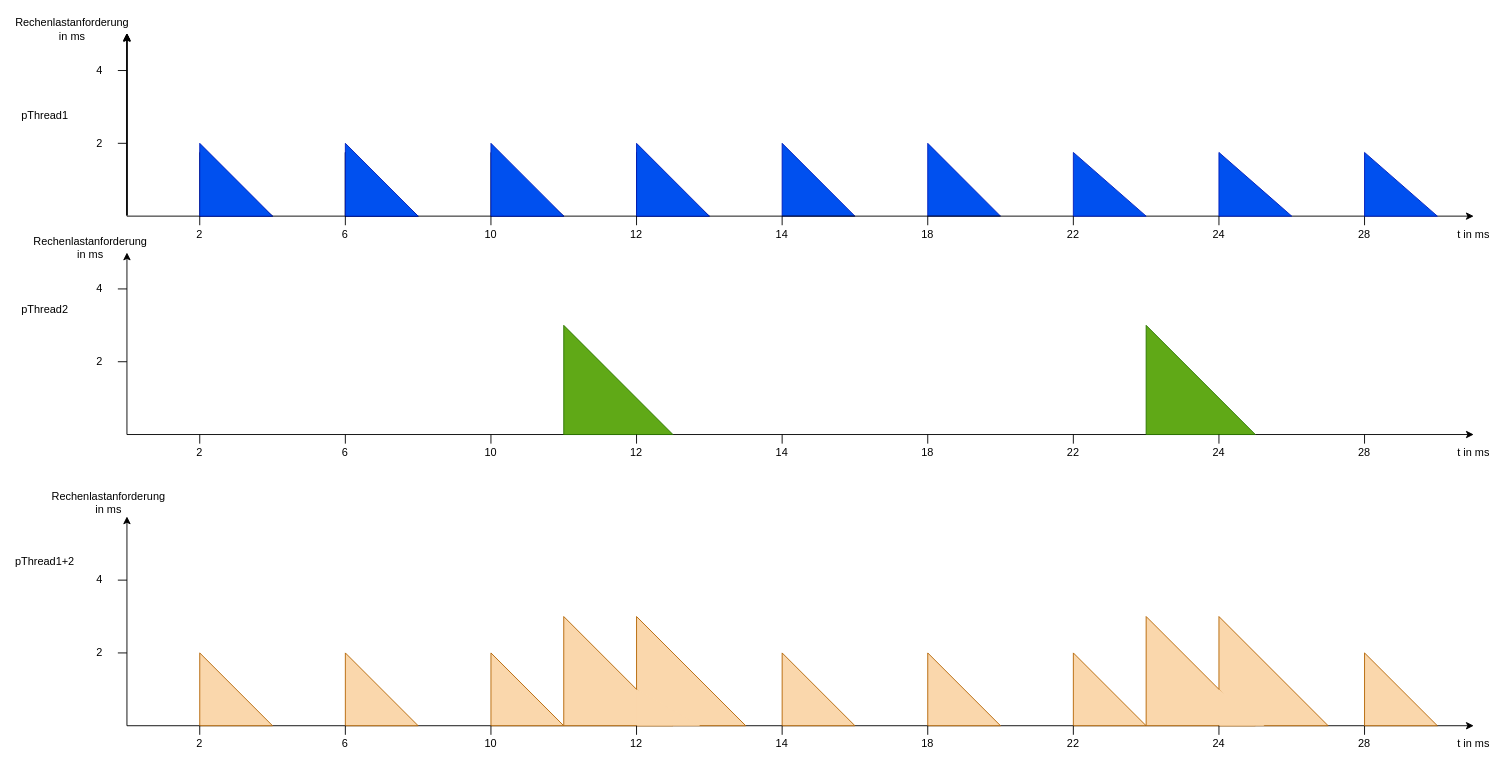
Before: Realtime/Echtzeit.drawio in EduardBartolovic/EmbeddedClass, a draw.io diagram. Source tidied: cells renumbered, new cells numbered last; positions are measured from the earlier drawing's top-left corner, leaving out a move shared by most shapes. Both pictures are drawn from the tidied source at 91%, with x=0, y=0 at pixel (26, 15).
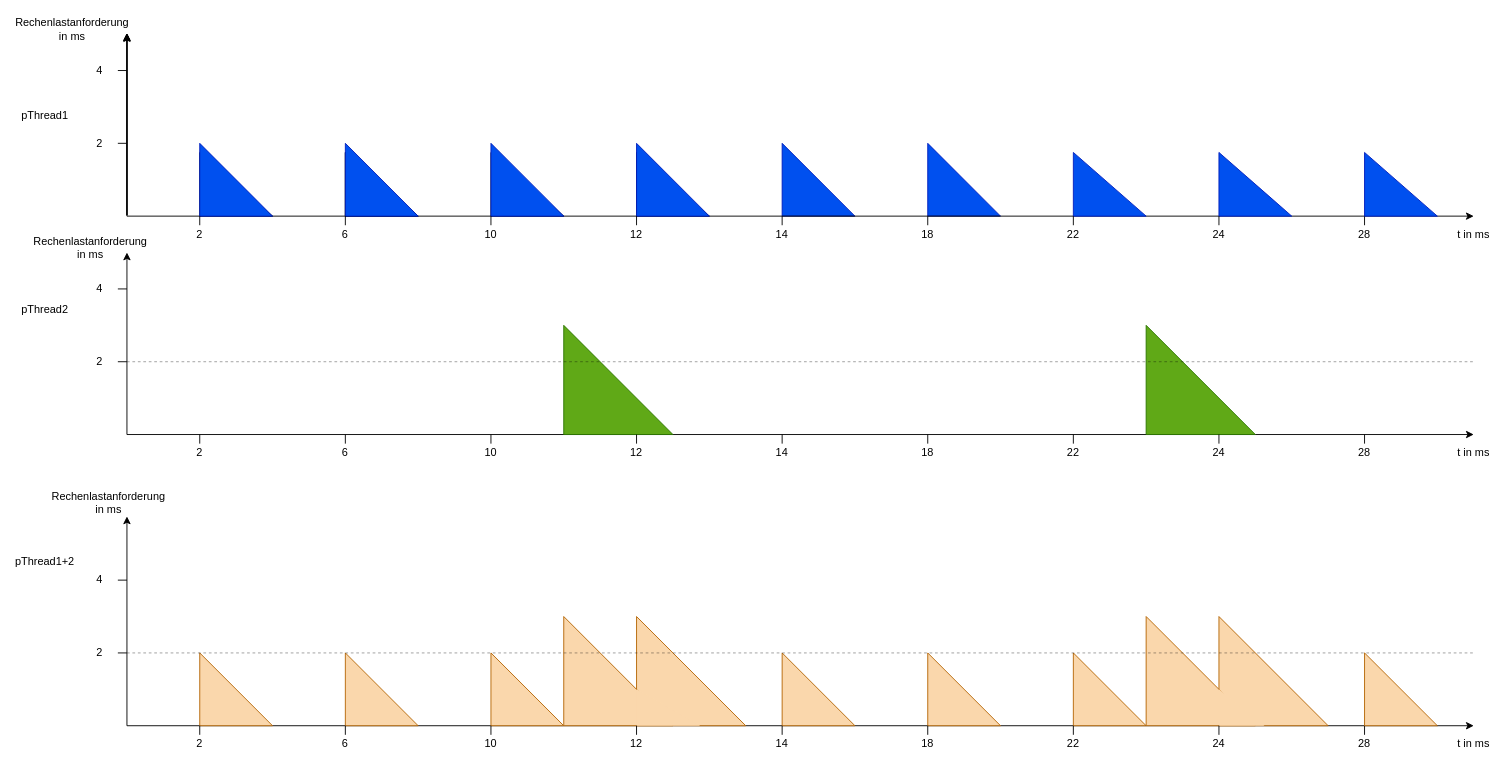
After the change.

Diff of the diagram source:
```diff
@@
+    <mxCell id="115" style="endArrow=none;dashed=1;html=1;opacity=40;" parent="1" edge="1">
+      <mxGeometry relative="1" as="geometry">
+        <mxPoint x="110" y="380" as="sourcePoint" />
+        <mxPoint x="1590" y="380" as="targetPoint" />
+      </mxGeometry>
+    </mxCell>
+    <mxCell id="116" style="endArrow=none;dashed=1;html=1;opacity=40;" parent="1" edge="1">
+      <mxGeometry relative="1" as="geometry">
+        <mxPoint x="110" y="700" as="sourcePoint" />
+        <mxPoint x="1590" y="700" as="targetPoint" />
+      </mxGeometry>
+    </mxCell>
```
